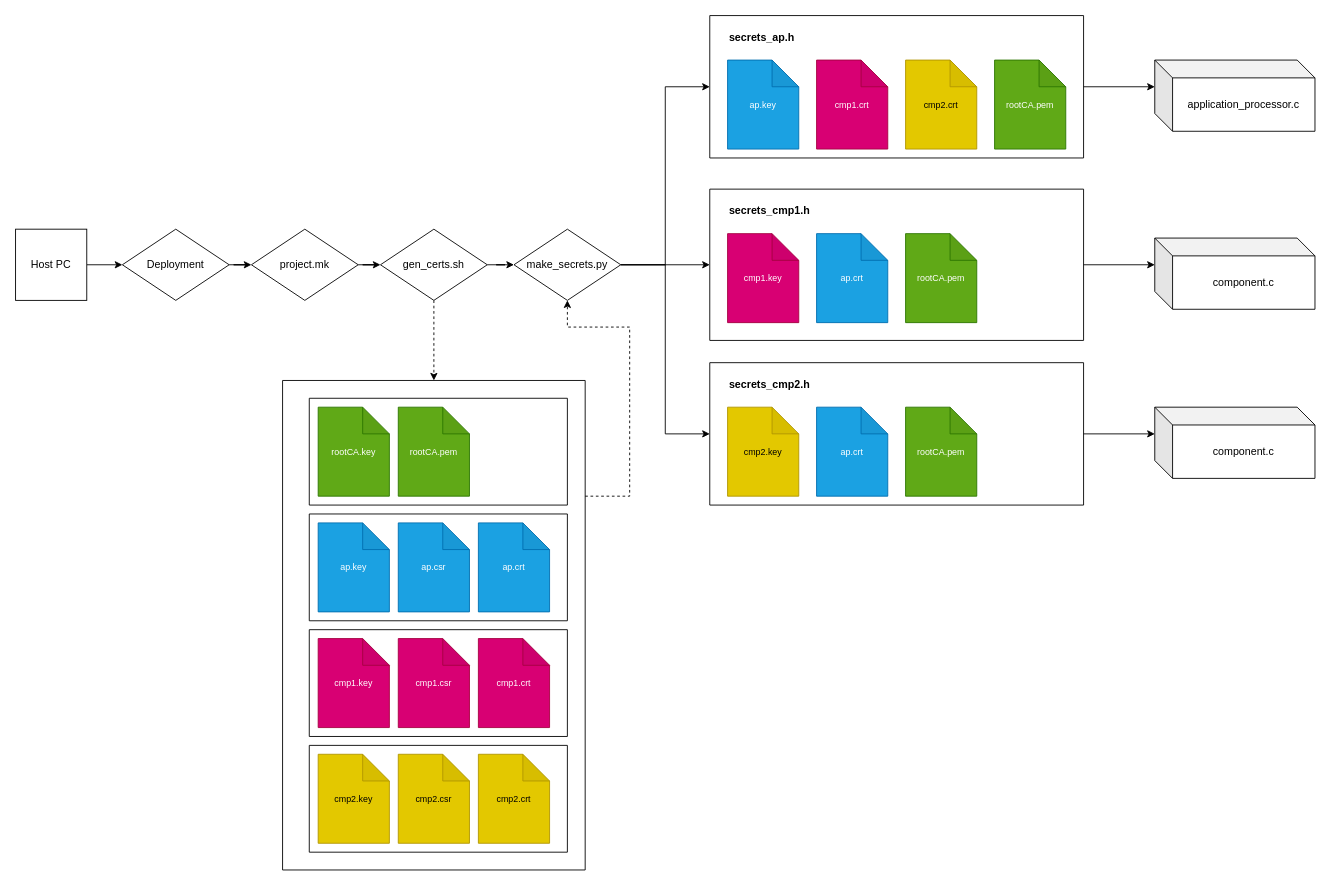
Above: documentation/Deployment_CertificateGeneration.drawio in f15hr/FAU-ectf-2024 (draw.io), before the change. Source tidied: cells renumbered, new cells numbered last; positions are measured from the earlier drawing's top-left corner, leaving out a move shared by most shapes. Both pictures are drawn from the tidied source at 89%, with x=0, y=0 at pixel (15, 15).
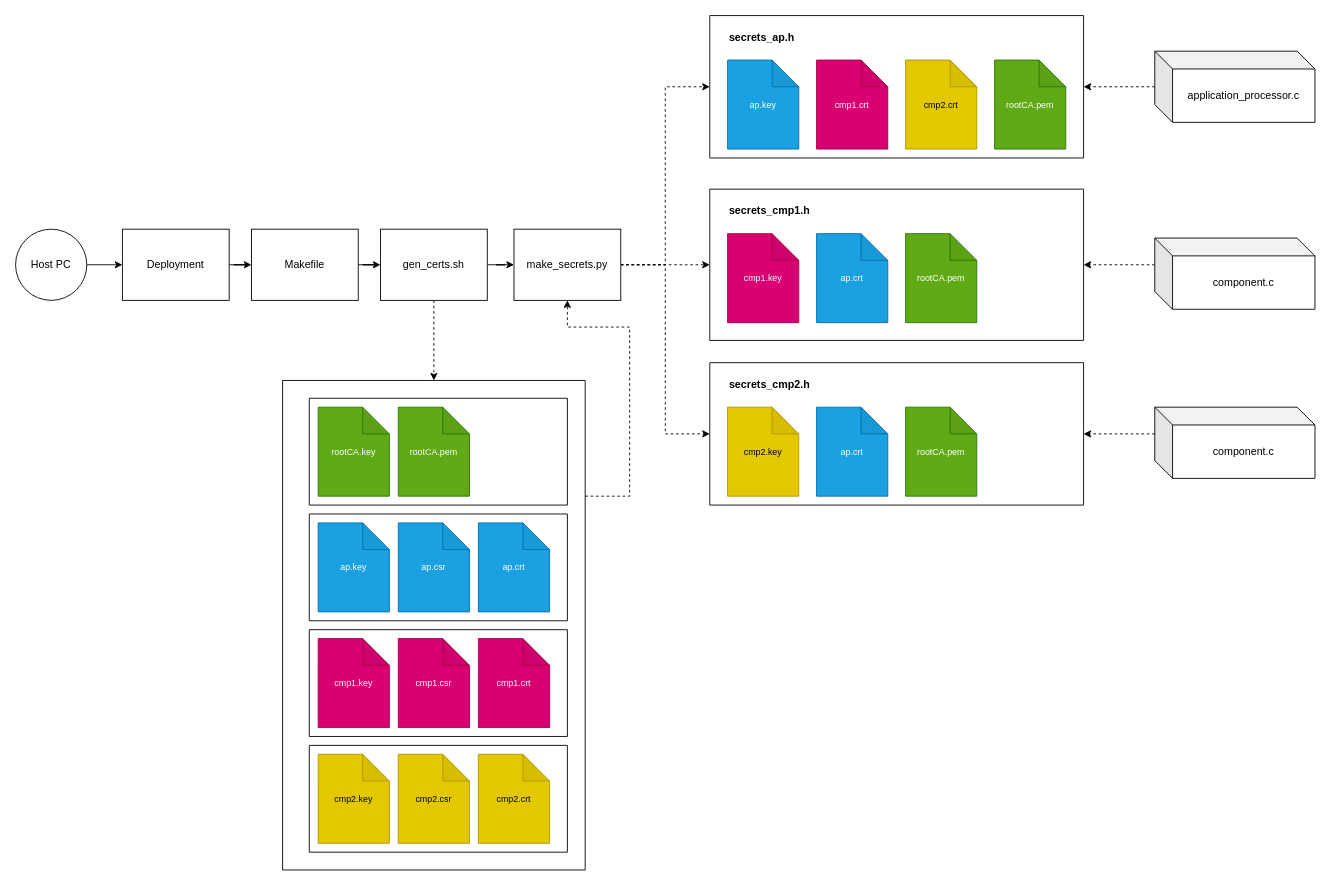
After the change.

Commit message:
Update diagram for clarity and accuracy

The change refers to these unchanged cells:
```xml
<mxCell id="4" style="swimlane;startSize=0;" parent="1" vertex="1">
  <mxGeometry x="780" width="420" height="160" as="geometry" />
</mxCell>
<mxCell id="12" style="swimlane;startSize=0;" parent="1" vertex="1">
  <mxGeometry x="780" y="195" width="420" height="170" as="geometry" />
</mxCell>
<mxCell id="17" style="swimlane;startSize=0;" parent="1" vertex="1">
  <mxGeometry x="780" y="390" width="420" height="160" as="geometry" />
</mxCell>
<mxCell id="50" value="component.c" style="shape=cube;whiteSpace=wrap;html=1;boundedLbl=1;backgroundOutline=1;darkOpacity=0.05;darkOpacity2=0.1;" parent="1" vertex="1">
  <mxGeometry x="1280" y="250" width="180" height="80" as="geometry" />
</mxCell>
<mxCell id="52" value="component.c" style="shape=cube;whiteSpace=wrap;html=1;boundedLbl=1;backgroundOutline=1;darkOpacity=0.05;darkOpacity2=0.1;" parent="1" vertex="1">
  <mxGeometry x="1280" y="440" width="180" height="80" as="geometry" />
</mxCell>
```

Diff of the diagram source:
```diff
@@
-    <mxCell id="3" value="Host PC" style="whiteSpace=wrap;html=1;" parent="1" vertex="1">
+    <mxCell id="3" value="Host PC" style="ellipse;whiteSpace=wrap;html=1;" parent="1" vertex="1">
       <mxGeometry y="240" width="80" height="80" as="geometry" />
     </mxCell>
@@
-    <mxCell id="11" value="Deployment" style="rhombus;whiteSpace=wrap;html=1;" parent="1" vertex="1">
+    <mxCell id="11" value="Deployment" style="whiteSpace=wrap;html=1;" parent="1" vertex="1">
       <mxGeometry x="120" y="240" width="120" height="80" as="geometry" />
     </mxCell>
@@
-    <mxCell id="23" value="project.mk" style="rhombus;whiteSpace=wrap;html=1;" parent="1" vertex="1">
+    <mxCell id="23" value="Makefile" style="whiteSpace=wrap;html=1;" parent="1" vertex="1">
       <mxGeometry x="265" y="240" width="120" height="80" as="geometry" />
     </mxCell>
@@
-    <mxCell id="26" value="gen_certs.sh" style="rhombus;whiteSpace=wrap;html=1;" parent="1" vertex="1">
+    <mxCell id="26" value="gen_certs.sh" style="whiteSpace=wrap;html=1;" parent="1" vertex="1">
       <mxGeometry x="410" y="240" width="120" height="80" as="geometry" />
     </mxCell>
@@
-    <mxCell id="44" style="edgeStyle=orthogonalEdgeStyle;rounded=0;jettySize=auto;html=1;entryX=0;entryY=0.5;entryDx=0;entryDy=0;" parent="1" edge="1" source="47" target="4">
+    <mxCell id="44" style="edgeStyle=orthogonalEdgeStyle;rounded=0;jettySize=auto;html=1;entryX=0;entryY=0.5;entryDx=0;entryDy=0;dashed=1;" parent="1" edge="1" source="47" target="4">
       <mxGeometry relative="1" as="geometry" />
     </mxCell>
-    <mxCell id="45" style="edgeStyle=orthogonalEdgeStyle;rounded=0;jettySize=auto;html=1;exitX=1;exitY=0.5;exitDx=0;exitDy=0;entryX=0;entryY=0.5;entryDx=0;entryDy=0;" parent="1" edge="1" source="47" target="12">
+    <mxCell id="45" style="edgeStyle=orthogonalEdgeStyle;rounded=0;jettySize=auto;html=1;exitX=1;exitY=0.5;exitDx=0;exitDy=0;entryX=0;entryY=0.5;entryDx=0;entryDy=0;dashed=1;" parent="1" edge="1" source="47" target="12">
       <mxGeometry relative="1" as="geometry" />
     </mxCell>
-    <mxCell id="46" style="edgeStyle=orthogonalEdgeStyle;rounded=0;jettySize=auto;html=1;exitX=1;exitY=0.5;exitDx=0;exitDy=0;entryX=0;entryY=0.5;entryDx=0;entryDy=0;" parent="1" edge="1" source="47" target="17">
+    <mxCell id="46" style="edgeStyle=orthogonalEdgeStyle;rounded=0;jettySize=auto;html=1;exitX=1;exitY=0.5;exitDx=0;exitDy=0;entryX=0;entryY=0.5;entryDx=0;entryDy=0;dashed=1;" parent="1" edge="1" source="47" target="17">
       <mxGeometry relative="1" as="geometry" />
     </mxCell>
-    <mxCell id="47" value="make_secrets.py" style="rhombus;whiteSpace=wrap;html=1;" parent="1" vertex="1">
+    <mxCell id="47" value="make_secrets.py" style="whiteSpace=wrap;html=1;" parent="1" vertex="1">
       <mxGeometry x="560" y="240" width="120" height="80" as="geometry" />
     </mxCell>
+    <mxCell id="54" style="edgeStyle=orthogonalEdgeStyle;rounded=0;jettySize=auto;html=1;entryX=1;entryY=0.5;entryDx=0;entryDy=0;dashed=1;" parent="1" edge="1" source="48" target="4">
+      <mxGeometry relative="1" as="geometry" />
+    </mxCell>
     <mxCell id="48" value="application_processor.c" style="shape=cube;whiteSpace=wrap;html=1;boundedLbl=1;backgroundOutline=1;darkOpacity=0.05;darkOpacity2=0.1;" parent="1" vertex="1">
-      <mxGeometry x="1280" y="50" width="180" height="80" as="geometry" />
+      <mxGeometry x="1280" y="40" width="180" height="80" as="geometry" />
     </mxCell>
-    <mxCell id="49" style="edgeStyle=orthogonalEdgeStyle;rounded=0;jettySize=auto;html=1;exitX=1;exitY=0.5;exitDx=0;exitDy=0;entryX=0;entryY=0;entryDx=0;entryDy=30;entryPerimeter=0;" parent="1" edge="1" source="4" target="48">
-      <mxGeometry relative="1" as="geometry" />
-    </mxCell>
+    <mxCell id="55" style="edgeStyle=orthogonalEdgeStyle;rounded=0;jettySize=auto;html=1;exitX=0;exitY=0;exitDx=0;exitDy=30;exitPerimeter=0;entryX=1;entryY=0.5;entryDx=0;entryDy=0;dashed=1;" parent="1" edge="1" source="50" target="12">
+      <mxGeometry relative="1" as="geometry" />
+    </mxCell>
@@
-    <mxCell id="51" style="edgeStyle=orthogonalEdgeStyle;rounded=0;jettySize=auto;html=1;exitX=1;exitY=0.5;exitDx=0;exitDy=0;entryX=0;entryY=0;entryDx=0;entryDy=30;entryPerimeter=0;" parent="1" edge="1" source="12" target="50">
-      <mxGeometry relative="1" as="geometry" />
-    </mxCell>
+    <mxCell id="56" style="edgeStyle=orthogonalEdgeStyle;rounded=0;jettySize=auto;html=1;exitX=0;exitY=0;exitDx=0;exitDy=30;exitPerimeter=0;entryX=1;entryY=0.5;entryDx=0;entryDy=0;dashed=1;" parent="1" edge="1" source="52" target="17">
+      <mxGeometry relative="1" as="geometry" />
+    </mxCell>
@@
-    <mxCell id="53" style="edgeStyle=orthogonalEdgeStyle;rounded=0;jettySize=auto;html=1;entryX=0;entryY=0;entryDx=0;entryDy=30;entryPerimeter=0;" parent="1" edge="1" source="17" target="52">
-      <mxGeometry relative="1" as="geometry" />
-    </mxCell>
```
